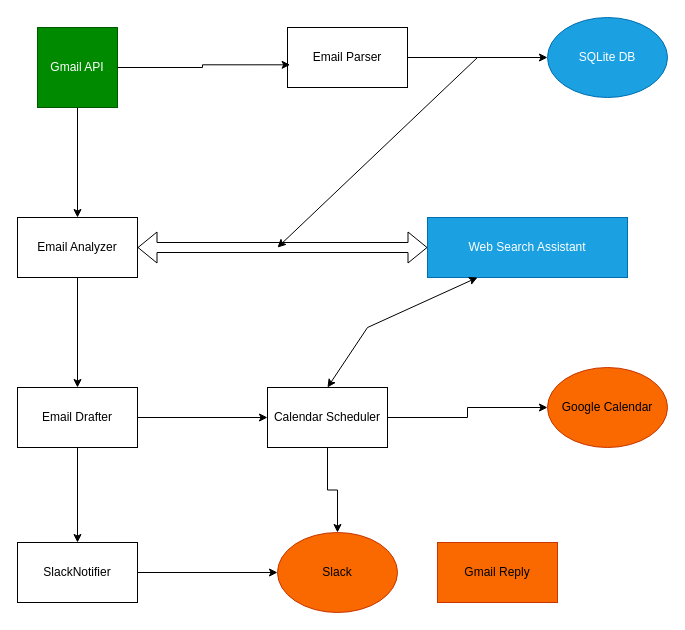
This is Untitled Diagram.drawio from Ajith-Kumar-Nelliparthi/ajith-kumar-nelliparthi-wasserstoff-AiInternTask, a draw.io file, before an edit. Source tidied: cells renumbered, new cells numbered last; positions are measured from the earlier drawing's top-left corner, leaving out a move shared by most shapes. Both pictures are drawn from the tidied source at 100%, with x=0, y=0 at pixel (17, 17).
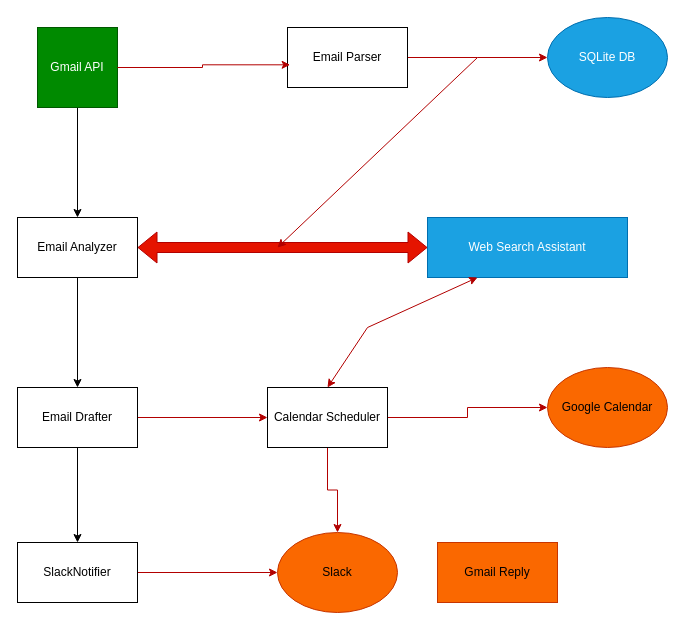
Above is the later version.

The change refers to these unchanged cells:
```xml
<mxCell id="3" value="Gmail API" style="whiteSpace=wrap;html=1;fillColor=#008a00;fontColor=#ffffff;strokeColor=#005700;" parent="1" vertex="1">
  <mxGeometry x="20" y="10" width="80" height="80" as="geometry" />
</mxCell>
<mxCell id="5" value="Email Parser" style="rounded=0;whiteSpace=wrap;html=1;" parent="1" vertex="1">
  <mxGeometry x="270" y="10" width="120" height="60" as="geometry" />
</mxCell>
<mxCell id="6" value="SQLite DB" style="ellipse;whiteSpace=wrap;html=1;fillColor=#1ba1e2;fontColor=#ffffff;strokeColor=#006EAF;" parent="1" vertex="1">
  <mxGeometry x="530" width="120" height="80" as="geometry" />
</mxCell>
<mxCell id="8" value="Email Analyzer" style="rounded=0;whiteSpace=wrap;html=1;" parent="1" vertex="1">
  <mxGeometry y="200" width="120" height="60" as="geometry" />
</mxCell>
<mxCell id="9" value="Web Search Assistant" style="rounded=0;whiteSpace=wrap;html=1;fillColor=#1ba1e2;fontColor=#ffffff;strokeColor=#006EAF;" parent="1" vertex="1">
  <mxGeometry x="410" y="200" width="200" height="60" as="geometry" />
</mxCell>
<mxCell id="12" value="Email Drafter" style="rounded=0;whiteSpace=wrap;html=1;" parent="1" vertex="1">
  <mxGeometry y="370" width="120" height="60" as="geometry" />
</mxCell>
<mxCell id="15" value="Calendar Scheduler" style="rounded=0;whiteSpace=wrap;html=1;" parent="1" vertex="1">
  <mxGeometry x="250" y="370" width="120" height="60" as="geometry" />
</mxCell>
<mxCell id="16" value="Google Calendar" style="ellipse;whiteSpace=wrap;html=1;fillColor=#fa6800;fontColor=#000000;strokeColor=#C73500;" parent="1" vertex="1">
  <mxGeometry x="530" y="350" width="120" height="80" as="geometry" />
</mxCell>
<mxCell id="18" value="SlackNotifier" style="rounded=0;whiteSpace=wrap;html=1;" parent="1" vertex="1">
  <mxGeometry y="525" width="120" height="60" as="geometry" />
</mxCell>
<mxCell id="19" value="Slack" style="ellipse;whiteSpace=wrap;html=1;fillColor=#fa6800;fontColor=#000000;strokeColor=#C73500;" parent="1" vertex="1">
  <mxGeometry x="260" y="515" width="120" height="80" as="geometry" />
</mxCell>
```

The edit, as a diff of the source:
```diff
@@
-    <mxCell id="4" style="edgeStyle=orthogonalEdgeStyle;rounded=0;jettySize=auto;html=1;exitX=1;exitY=0.5;exitDx=0;exitDy=0;entryX=0;entryY=0.5;entryDx=0;entryDy=0;" parent="1" edge="1" source="5" target="6">
+    <mxCell id="4" style="edgeStyle=orthogonalEdgeStyle;rounded=0;jettySize=auto;html=1;exitX=1;exitY=0.5;exitDx=0;exitDy=0;entryX=0;entryY=0.5;entryDx=0;entryDy=0;fillColor=#e51400;strokeColor=#B20000;" parent="1" edge="1" source="5" target="6">
       <mxGeometry relative="1" as="geometry">
         <Array as="points">
           <mxPoint x="460" y="40" />
           <mxPoint x="460" y="40" />
         </Array>
       </mxGeometry>
     </mxCell>
@@
-    <mxCell id="11" style="edgeStyle=orthogonalEdgeStyle;rounded=0;jettySize=auto;html=1;exitX=1;exitY=0.5;exitDx=0;exitDy=0;entryX=0;entryY=0.5;entryDx=0;entryDy=0;" parent="1" edge="1" source="12" target="15">
+    <mxCell id="11" style="edgeStyle=orthogonalEdgeStyle;rounded=0;jettySize=auto;html=1;exitX=1;exitY=0.5;exitDx=0;exitDy=0;entryX=0;entryY=0.5;entryDx=0;entryDy=0;fillColor=#e51400;strokeColor=#B20000;" parent="1" edge="1" source="12" target="15">
       <mxGeometry relative="1" as="geometry" />
     </mxCell>
@@
-    <mxCell id="13" style="edgeStyle=orthogonalEdgeStyle;rounded=0;jettySize=auto;html=1;exitX=0.5;exitY=1;exitDx=0;exitDy=0;entryX=0.5;entryY=0;entryDx=0;entryDy=0;" parent="1" edge="1" source="15" target="19">
+    <mxCell id="13" style="edgeStyle=orthogonalEdgeStyle;rounded=0;jettySize=auto;html=1;exitX=0.5;exitY=1;exitDx=0;exitDy=0;entryX=0.5;entryY=0;entryDx=0;entryDy=0;fillColor=#e51400;strokeColor=#B20000;" parent="1" edge="1" source="15" target="19">
       <mxGeometry relative="1" as="geometry" />
     </mxCell>
-    <mxCell id="14" style="edgeStyle=orthogonalEdgeStyle;rounded=0;jettySize=auto;html=1;exitX=1;exitY=0.5;exitDx=0;exitDy=0;entryX=0;entryY=0.5;entryDx=0;entryDy=0;" parent="1" edge="1" source="15" target="16">
+    <mxCell id="14" style="edgeStyle=orthogonalEdgeStyle;rounded=0;jettySize=auto;html=1;exitX=1;exitY=0.5;exitDx=0;exitDy=0;entryX=0;entryY=0.5;entryDx=0;entryDy=0;fillColor=#e51400;strokeColor=#B20000;" parent="1" edge="1" source="15" target="16">
       <mxGeometry relative="1" as="geometry" />
     </mxCell>
@@
-    <mxCell id="17" style="edgeStyle=orthogonalEdgeStyle;rounded=0;jettySize=auto;html=1;exitX=1;exitY=0.5;exitDx=0;exitDy=0;entryX=0;entryY=0.5;entryDx=0;entryDy=0;" parent="1" edge="1" source="18" target="19">
+    <mxCell id="17" style="edgeStyle=orthogonalEdgeStyle;rounded=0;jettySize=auto;html=1;exitX=1;exitY=0.5;exitDx=0;exitDy=0;entryX=0;entryY=0.5;entryDx=0;entryDy=0;fillColor=#e51400;strokeColor=#B20000;" parent="1" edge="1" source="18" target="19">
       <mxGeometry relative="1" as="geometry" />
     </mxCell>
@@
-    <mxCell id="21" style="edgeStyle=orthogonalEdgeStyle;rounded=0;jettySize=auto;html=1;exitX=1;exitY=0.5;exitDx=0;exitDy=0;entryX=0.022;entryY=0.622;entryDx=0;entryDy=0;entryPerimeter=0;" parent="1" edge="1" source="3" target="5">
+    <mxCell id="21" style="edgeStyle=orthogonalEdgeStyle;rounded=0;jettySize=auto;html=1;exitX=1;exitY=0.5;exitDx=0;exitDy=0;entryX=0.022;entryY=0.622;entryDx=0;entryDy=0;entryPerimeter=0;fillColor=#e51400;strokeColor=#B20000;" parent="1" edge="1" source="3" target="5">
       <mxGeometry relative="1" as="geometry" />
     </mxCell>
-    <mxCell id="22" style="edgeStyle=none;jettySize=auto;html=1;rounded=0;entryX=0.25;entryY=1;entryDx=0;entryDy=0;" parent="1" edge="1" target="9">
+    <mxCell id="22" style="edgeStyle=none;jettySize=auto;html=1;rounded=0;entryX=0.25;entryY=1;entryDx=0;entryDy=0;fillColor=#e51400;strokeColor=#B20000;" parent="1" edge="1" target="9">
       <mxGeometry relative="1" as="geometry">
         <mxPoint x="350" y="310" as="sourcePoint" />
       </mxGeometry>
     </mxCell>
-    <mxCell id="23" style="edgeStyle=none;jettySize=auto;html=1;rounded=0;entryX=0.5;entryY=0;entryDx=0;entryDy=0;" parent="1" edge="1" target="15">
+    <mxCell id="23" style="edgeStyle=none;jettySize=auto;html=1;rounded=0;entryX=0.5;entryY=0;entryDx=0;entryDy=0;fillColor=#e51400;strokeColor=#B20000;" parent="1" edge="1" target="15">
       <mxGeometry relative="1" as="geometry">
         <mxPoint x="350" y="310" as="sourcePoint" />
       </mxGeometry>
     </mxCell>
-    <mxCell id="24" style="shape=flexArrow;endArrow=classic;startArrow=classic;html=1;rounded=0;exitX=1;exitY=0.5;exitDx=0;exitDy=0;entryX=0;entryY=0.5;entryDx=0;entryDy=0;" parent="1" edge="1" source="8" target="9">
+    <mxCell id="24" style="shape=flexArrow;endArrow=classic;startArrow=classic;html=1;rounded=0;exitX=1;exitY=0.5;exitDx=0;exitDy=0;entryX=0;entryY=0.5;entryDx=0;entryDy=0;fillColor=#e51400;strokeColor=#B20000;" parent="1" edge="1" source="8" target="9">
       <mxGeometry relative="1" as="geometry" />
     </mxCell>
-    <mxCell id="25" style="endArrow=classic;html=1;rounded=0;" parent="1" edge="1">
+    <mxCell id="25" style="endArrow=classic;html=1;rounded=0;fillColor=#e51400;strokeColor=#B20000;" parent="1" edge="1">
       <mxGeometry relative="1" as="geometry">
         <mxPoint x="460" y="40" as="sourcePoint" />
         <mxPoint x="260" y="230" as="targetPoint" />
       </mxGeometry>
     </mxCell>
```
